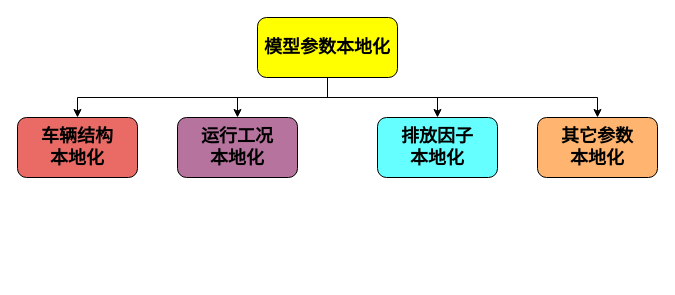
Earlier version of the draw.io diagram 模型参数本地化.drawio (WienWong/Misc). Source tidied: cells renumbered, new cells numbered last; positions are measured from the earlier drawing's top-left corner, leaving out a move shared by most shapes. Both pictures are drawn from the tidied source at 100%, with x=0, y=0 at pixel (17, 17).
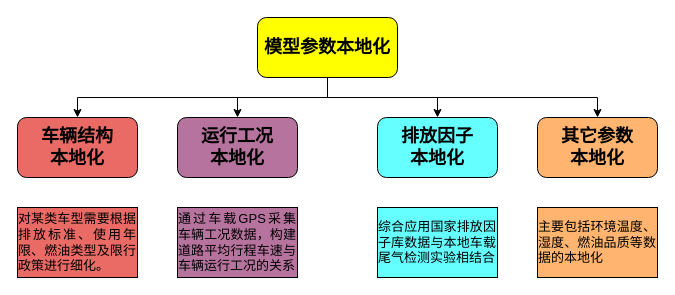
The same diagram, later.

Commit message (it also covers changes not shown here):
Update 模型参数本地化.drawio

What changed in the source:
```diff
@@
 <mxGraphModel>
   <root>
     <mxCell id="0" />
     <mxCell id="1" parent="0" />
     <mxCell id="2" style="edgeStyle=orthogonalEdgeStyle;rounded=0;jettySize=auto;html=1;exitX=0.5;exitY=1;exitDx=0;exitDy=0;entryX=0.5;entryY=0;entryDx=0;entryDy=0;" parent="1" edge="1" source="6" target="7">
       <mxGeometry relative="1" as="geometry" />
     </mxCell>
     <mxCell id="3" style="edgeStyle=orthogonalEdgeStyle;rounded=0;jettySize=auto;html=1;exitX=0.5;exitY=1;exitDx=0;exitDy=0;entryX=0.5;entryY=0;entryDx=0;entryDy=0;" parent="1" edge="1" source="6" target="10">
       <mxGeometry relative="1" as="geometry" />
     </mxCell>
     <mxCell id="4" style="edgeStyle=orthogonalEdgeStyle;rounded=0;jettySize=auto;html=1;exitX=0.5;exitY=1;exitDx=0;exitDy=0;entryX=0.5;entryY=0;entryDx=0;entryDy=0;" parent="1" edge="1" source="6" target="9">
       <mxGeometry relative="1" as="geometry" />
     </mxCell>
     <mxCell id="5" style="edgeStyle=orthogonalEdgeStyle;rounded=0;jettySize=auto;html=1;exitX=0.5;exitY=1;exitDx=0;exitDy=0;entryX=0.5;entryY=0;entryDx=0;entryDy=0;" parent="1" edge="1" source="6" target="8">
       <mxGeometry relative="1" as="geometry" />
     </mxCell>
     <mxCell id="6" value="&lt;b&gt;&lt;font style=&quot;font-size: 18px&quot;&gt;模型参数本地化&lt;/font&gt;&lt;/b&gt;" style="rounded=1;whiteSpace=wrap;html=1;fillColor=#FFFF00;" parent="1" vertex="1">
       <mxGeometry x="240" width="140" height="60" as="geometry" />
     </mxCell>
     <mxCell id="7" value="&lt;font style=&quot;font-size: 18px&quot;&gt;&lt;b&gt;车辆结构&lt;br&gt;本地化&lt;/b&gt;&lt;/font&gt;" style="rounded=1;whiteSpace=wrap;html=1;fillColor=#EA6B66;" parent="1" vertex="1">
       <mxGeometry y="100" width="120" height="60" as="geometry" />
     </mxCell>
     <mxCell id="8" value="&lt;font style=&quot;font-size: 18px&quot;&gt;&lt;b&gt;运行工况&lt;br&gt;本地化&lt;/b&gt;&lt;/font&gt;" style="rounded=1;whiteSpace=wrap;html=1;fillColor=#B5739D;" parent="1" vertex="1">
       <mxGeometry x="160" y="100" width="120" height="60" as="geometry" />
     </mxCell>
     <mxCell id="9" value="&lt;font style=&quot;font-size: 18px&quot;&gt;&lt;b&gt;排放因子&lt;br&gt;本地化&lt;/b&gt;&lt;/font&gt;" style="rounded=1;whiteSpace=wrap;html=1;fillColor=#66FFFF;" parent="1" vertex="1">
       <mxGeometry x="360" y="100" width="120" height="60" as="geometry" />
     </mxCell>
     <mxCell id="10" value="&lt;font style=&quot;font-size: 18px&quot;&gt;&lt;b&gt;其它参数&lt;br&gt;本地化&lt;/b&gt;&lt;/font&gt;" style="rounded=1;whiteSpace=wrap;html=1;fillColor=#FFB570;" parent="1" vertex="1">
       <mxGeometry x="520" y="100" width="120" height="60" as="geometry" />
     </mxCell>
+    <mxCell id="11" value="&lt;div style=&quot;text-align: justify&quot;&gt;&lt;span&gt;&lt;font style=&quot;font-size: 13px&quot;&gt;主要包括环境温度、湿度、燃油品质等数据的本地化&lt;/font&gt;&lt;/span&gt;&lt;/div&gt;" style="rounded=0;whiteSpace=wrap;html=1;fillColor=#FFB570;" parent="1" vertex="1">
+      <mxGeometry x="520" y="190" width="120" height="70" as="geometry" />
+    </mxCell>
+    <mxCell id="12" value="&lt;div style=&quot;text-align: justify&quot;&gt;&lt;span&gt;&lt;font style=&quot;font-size: 13px&quot;&gt;综合应用国家排放因子库数据与本地车载尾气检测实验相结合&lt;/font&gt;&lt;/span&gt;&lt;/div&gt;" style="rounded=0;whiteSpace=wrap;html=1;fillColor=#66FFFF;" parent="1" vertex="1">
+      <mxGeometry x="360" y="190" width="120" height="70" as="geometry" />
+    </mxCell>
+    <mxCell id="13" value="&lt;div style=&quot;text-align: justify&quot;&gt;&lt;span&gt;&lt;font style=&quot;font-size: 13px&quot;&gt;通过车载GPS采集车辆工况数据，构建道路平均行程车速与车辆运行工况的关系&lt;/font&gt;&lt;/span&gt;&lt;/div&gt;" style="rounded=0;whiteSpace=wrap;html=1;fillColor=#B5739D;" parent="1" vertex="1">
+      <mxGeometry x="160" y="190" width="120" height="70" as="geometry" />
+    </mxCell>
+    <mxCell id="14" value="&lt;div style=&quot;text-align: justify&quot;&gt;&lt;span&gt;对某类车型需要根据排放标准、使用年限、燃油类型及限行政策进行细化。&lt;/span&gt;&lt;/div&gt;" style="rounded=0;whiteSpace=wrap;html=1;fillColor=#EA6B66;fontSize=13;" parent="1" vertex="1">
+      <mxGeometry y="190" width="120" height="70" as="geometry" />
+    </mxCell>
   </root>
 </mxGraphModel>
```
